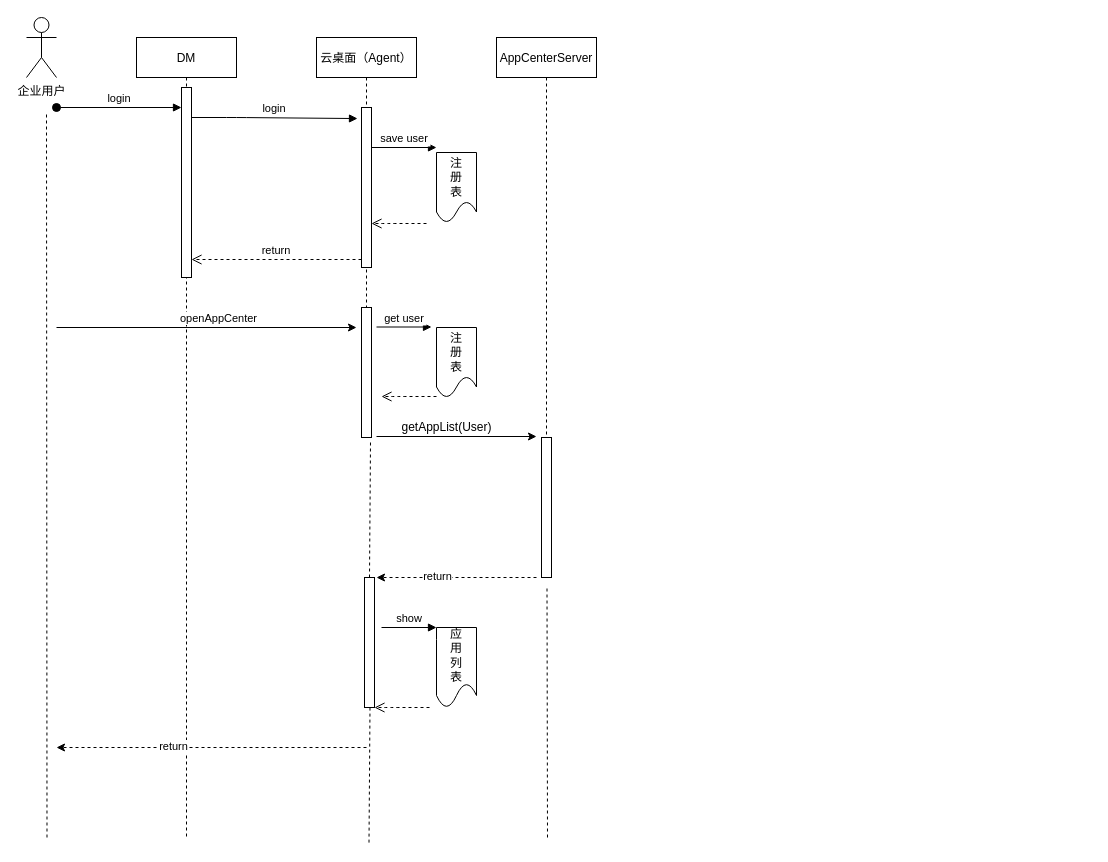
The draw.io diagram app_get_user_info.drawio in chenkangzeng/appstreaming, before the edit. Source tidied: cells renumbered, new cells numbered last; positions are measured from the earlier drawing's top-left corner, leaving out a move shared by most shapes. Both pictures are drawn from the tidied source at 100%, with x=0, y=0 at pixel (26, 17).
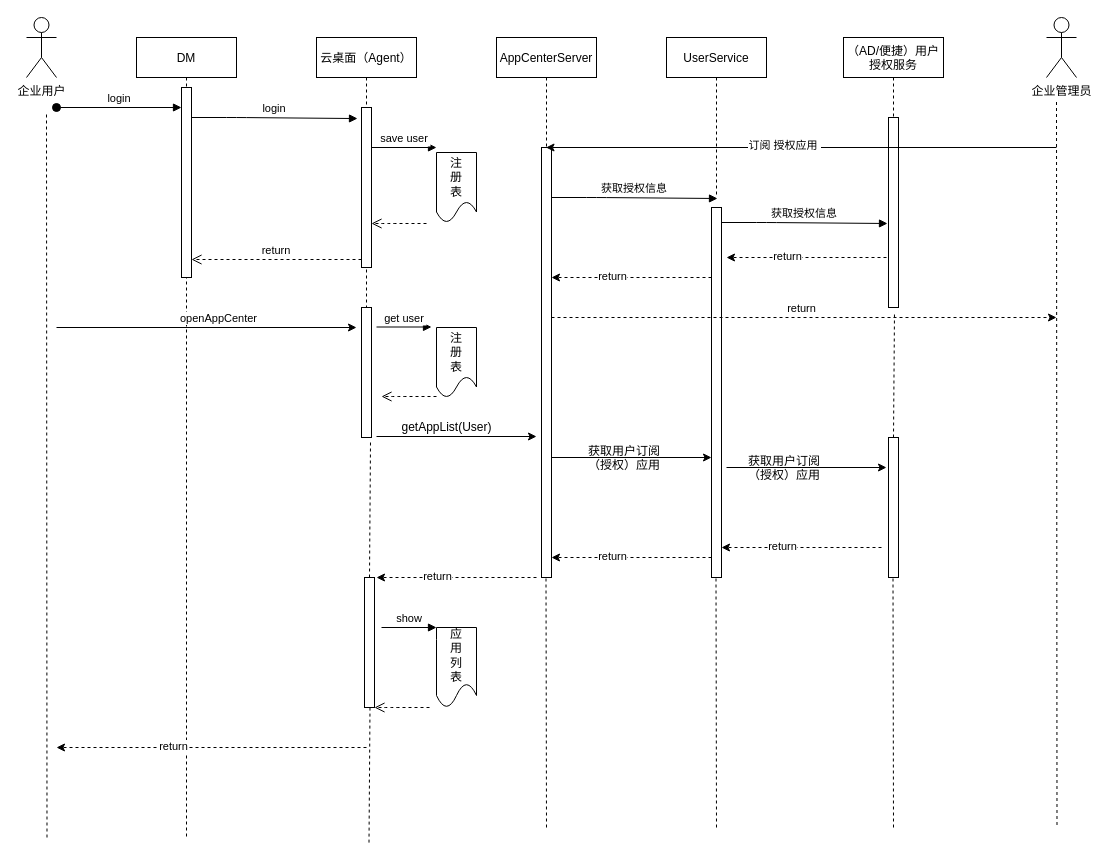
The same page after the edit.

Diff of the diagram source:
```diff
@@
     <mxCell id="11" value="AppCenterServer" style="shape=umlLifeline;perimeter=lifelinePerimeter;rounded=0;shadow=0;strokeWidth=1;" parent="1" vertex="1">
-      <mxGeometry x="470" y="20" width="100" height="400" as="geometry" />
+      <mxGeometry x="470" y="20" width="100" height="110" as="geometry" />
     </mxCell>
@@
     <mxCell id="22" style="perimeter=orthogonalPerimeter;rounded=0;shadow=0;strokeWidth=1;" parent="1" vertex="1">
-      <mxGeometry x="515" y="420" width="10" height="140" as="geometry" />
+      <mxGeometry x="515" y="130" width="10" height="430" as="geometry" />
     </mxCell>
@@
     <mxCell id="31" style="endArrow=none;dashed=1;html=1;entryX=0.9;entryY=1.038;entryDx=0;entryDy=0;entryPerimeter=0;" parent="1" edge="1">
       <mxGeometry relative="1" as="geometry">
-        <mxPoint x="521" y="820" as="sourcePoint" />
-        <mxPoint x="520.5" y="570" as="targetPoint" />
+        <mxPoint x="520" y="810" as="sourcePoint" />
+        <mxPoint x="519.5" y="560" as="targetPoint" />
       </mxGeometry>
     </mxCell>
@@
+    <mxCell id="35" value="UserService" style="shape=umlLifeline;perimeter=lifelinePerimeter;rounded=0;shadow=0;strokeWidth=1;" parent="1" vertex="1">
+      <mxGeometry x="640" y="20" width="100" height="160" as="geometry" />
+    </mxCell>
+    <mxCell id="36" style="perimeter=orthogonalPerimeter;rounded=0;shadow=0;strokeWidth=1;" parent="1" vertex="1">
+      <mxGeometry x="685" y="190" width="10" height="370" as="geometry" />
+    </mxCell>
+    <mxCell id="37" style="endArrow=classic;html=1;" parent="1" edge="1">
+      <mxGeometry relative="1" as="geometry">
+        <mxPoint x="525" y="440" as="sourcePoint" />
+        <mxPoint x="685" y="440" as="targetPoint" />
+      </mxGeometry>
+    </mxCell>
+    <mxCell id="38" value="&lt;div style=&quot;text-align: center&quot;&gt;&lt;font face=&quot;helvetica&quot;&gt;获取用户订阅&lt;/font&gt;&lt;/div&gt;&lt;div style=&quot;text-align: center&quot;&gt;&lt;font face=&quot;helvetica&quot;&gt;（授权）应用&lt;/font&gt;&lt;/div&gt;" style="text;whiteSpace=wrap;html=1;" parent="1" vertex="1">
+      <mxGeometry x="560" y="420" width="120" height="30" as="geometry" />
+    </mxCell>
+    <mxCell id="39" style="endArrow=classic;html=1;dashed=1;" parent="1" edge="1">
+      <mxGeometry relative="1" as="geometry">
+        <mxPoint x="685" y="540" as="sourcePoint" />
+        <mxPoint x="525" y="540" as="targetPoint" />
+      </mxGeometry>
+    </mxCell>
+    <mxCell id="40" value="return" style="edgeLabel;html=1;align=center;verticalAlign=middle;" parent="39" vertex="1">
+      <mxGeometry x="0.25" y="-2" relative="1" as="geometry" />
+    </mxCell>
+    <mxCell id="41" style="endArrow=none;dashed=1;html=1;entryX=0.9;entryY=1.038;entryDx=0;entryDy=0;entryPerimeter=0;" parent="1" edge="1">
+      <mxGeometry relative="1" as="geometry">
+        <mxPoint x="690" y="810" as="sourcePoint" />
+        <mxPoint x="689.5" y="560" as="targetPoint" />
+      </mxGeometry>
+    </mxCell>
+    <mxCell id="42" value="（AD/便捷）用户&#10;授权服务" style="shape=umlLifeline;perimeter=lifelinePerimeter;rounded=0;shadow=0;strokeWidth=1;" parent="1" vertex="1">
+      <mxGeometry x="817" y="20" width="100" height="80" as="geometry" />
+    </mxCell>
+    <mxCell id="43" style="perimeter=orthogonalPerimeter;rounded=0;shadow=0;strokeWidth=1;" parent="1" vertex="1">
+      <mxGeometry x="862" y="420" width="10" height="140" as="geometry" />
+    </mxCell>
+    <mxCell id="44" value="&lt;div style=&quot;text-align: center&quot;&gt;&lt;font face=&quot;helvetica&quot;&gt;获取用户订阅&lt;/font&gt;&lt;/div&gt;&lt;div style=&quot;text-align: center&quot;&gt;&lt;font face=&quot;helvetica&quot;&gt;（授权）应用&lt;/font&gt;&lt;/div&gt;" style="text;whiteSpace=wrap;html=1;" parent="1" vertex="1">
+      <mxGeometry x="720" y="430" width="120" height="30" as="geometry" />
+    </mxCell>
+    <mxCell id="45" style="endArrow=classic;html=1;" parent="1" edge="1">
+      <mxGeometry relative="1" as="geometry">
+        <mxPoint x="700" y="450" as="sourcePoint" />
+        <mxPoint x="860" y="450" as="targetPoint" />
+      </mxGeometry>
+    </mxCell>
+    <mxCell id="46" style="endArrow=classic;html=1;dashed=1;" parent="1" edge="1">
+      <mxGeometry relative="1" as="geometry">
+        <mxPoint x="855" y="530" as="sourcePoint" />
+        <mxPoint x="695" y="530" as="targetPoint" />
+      </mxGeometry>
+    </mxCell>
+    <mxCell id="47" value="return" style="edgeLabel;html=1;align=center;verticalAlign=middle;" parent="46" vertex="1">
+      <mxGeometry x="0.25" y="-2" relative="1" as="geometry" />
+    </mxCell>
+    <mxCell id="48" style="endArrow=none;dashed=1;html=1;entryX=0.9;entryY=1.038;entryDx=0;entryDy=0;entryPerimeter=0;" parent="1" edge="1">
+      <mxGeometry relative="1" as="geometry">
+        <mxPoint x="867" y="810" as="sourcePoint" />
+        <mxPoint x="866.5" y="560" as="targetPoint" />
+      </mxGeometry>
+    </mxCell>
+    <mxCell id="49" value="企业管理员" style="shape=umlActor;verticalLabelPosition=bottom;verticalAlign=top;html=1;" parent="1" vertex="1">
+      <mxGeometry x="1020" width="30" height="60" as="geometry" />
+    </mxCell>
+    <mxCell id="50" style="endArrow=none;dashed=1;html=1;entryX=0.9;entryY=1.038;entryDx=0;entryDy=0;entryPerimeter=0;" parent="1" edge="1">
+      <mxGeometry relative="1" as="geometry">
+        <mxPoint x="1030.5" y="807.5" as="sourcePoint" />
+        <mxPoint x="1030" y="82.5" as="targetPoint" />
+      </mxGeometry>
+    </mxCell>
+    <mxCell id="51" style="points=[];perimeter=orthogonalPerimeter;rounded=0;shadow=0;strokeWidth=1;" parent="1" vertex="1">
+      <mxGeometry x="862" y="100" width="10" height="190" as="geometry" />
+    </mxCell>
+    <mxCell id="52" style="endArrow=none;dashed=1;html=1;entryX=0.6;entryY=1.021;entryDx=0;entryDy=0;entryPerimeter=0;" parent="1" edge="1" target="51">
+      <mxGeometry relative="1" as="geometry">
+        <mxPoint x="867" y="420" as="sourcePoint" />
+      </mxGeometry>
+    </mxCell>
+    <mxCell id="53" style="endArrow=classic;html=1;" parent="1" edge="1" target="11">
+      <mxGeometry relative="1" as="geometry">
+        <mxPoint x="1030" y="130" as="sourcePoint" />
+      </mxGeometry>
+    </mxCell>
+    <mxCell id="54" value="订阅 授权应用&amp;nbsp;" style="edgeLabel;html=1;align=center;verticalAlign=middle;" parent="53" vertex="1">
+      <mxGeometry x="0.07" y="-3" relative="1" as="geometry" />
+    </mxCell>
+    <mxCell id="55" value="获取授权信息" style="verticalAlign=bottom;endArrow=block;entryX=-0.4;entryY=0.069;shadow=0;strokeWidth=1;entryDx=0;entryDy=0;entryPerimeter=0;" parent="1" edge="1">
+      <mxGeometry relative="1" as="geometry">
+        <mxPoint x="525" y="180" as="sourcePoint" />
+        <mxPoint x="691" y="181" as="targetPoint" />
+        <Array as="points">
+          <mxPoint x="570" y="180" />
+        </Array>
+      </mxGeometry>
+    </mxCell>
+    <mxCell id="56" value="获取授权信息" style="verticalAlign=bottom;endArrow=block;entryX=-0.4;entryY=0.069;shadow=0;strokeWidth=1;entryDx=0;entryDy=0;entryPerimeter=0;" parent="1" edge="1">
+      <mxGeometry relative="1" as="geometry">
+        <mxPoint x="695" y="205" as="sourcePoint" />
+        <mxPoint x="861" y="206" as="targetPoint" />
+        <Array as="points">
+          <mxPoint x="740" y="205" />
+        </Array>
+      </mxGeometry>
+    </mxCell>
+    <mxCell id="57" style="endArrow=classic;html=1;dashed=1;" parent="1" edge="1">
+      <mxGeometry relative="1" as="geometry">
+        <mxPoint x="860" y="240" as="sourcePoint" />
+        <mxPoint x="700" y="240" as="targetPoint" />
+      </mxGeometry>
+    </mxCell>
+    <mxCell id="58" value="return" style="edgeLabel;html=1;align=center;verticalAlign=middle;" parent="57" vertex="1">
+      <mxGeometry x="0.25" y="-2" relative="1" as="geometry" />
+    </mxCell>
+    <mxCell id="59" style="endArrow=classic;html=1;dashed=1;" parent="1" edge="1">
+      <mxGeometry relative="1" as="geometry">
+        <mxPoint x="685" y="260" as="sourcePoint" />
+        <mxPoint x="525" y="260" as="targetPoint" />
+      </mxGeometry>
+    </mxCell>
+    <mxCell id="60" value="return" style="edgeLabel;html=1;align=center;verticalAlign=middle;" parent="59" vertex="1">
+      <mxGeometry x="0.25" y="-2" relative="1" as="geometry" />
+    </mxCell>
+    <mxCell id="61" style="edgeStyle=orthogonalEdgeStyle;rounded=0;orthogonalLoop=1;jettySize=auto;html=1;dashed=1;" parent="1" edge="1">
+      <mxGeometry relative="1" as="geometry">
+        <mxPoint x="525" y="300" as="sourcePoint" />
+        <mxPoint x="1030" y="300" as="targetPoint" />
+      </mxGeometry>
+    </mxCell>
+    <mxCell id="62" value="return" style="edgeLabel;html=1;align=center;verticalAlign=middle;" parent="61" vertex="1">
+      <mxGeometry x="-0.14" y="-2" relative="1" as="geometry">
+        <mxPoint x="32" y="-12" as="offset" />
+      </mxGeometry>
+    </mxCell>
```
